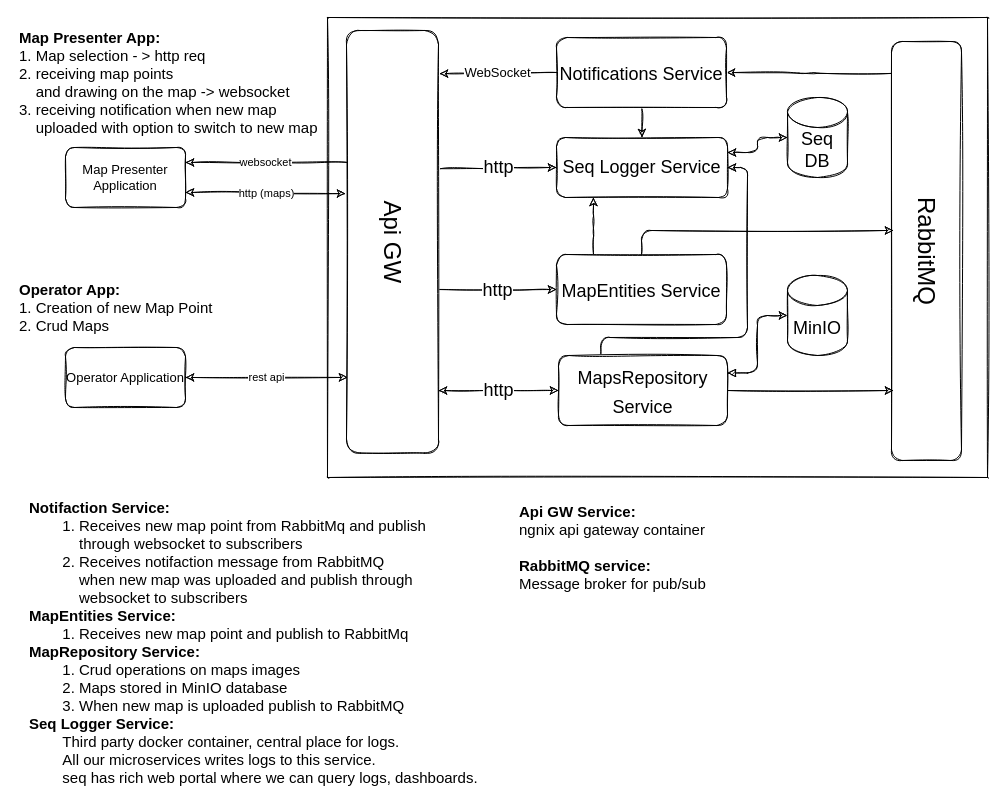
David-Mordechai/MicroservicesDemo keeps this draw.io diagram as MicroservicesDemo.drawio. Above is the earlier version. Source tidied: cells renumbered, new cells numbered last; positions are measured from the earlier drawing's top-left corner, leaving out a move shared by most shapes. Both pictures are drawn from the tidied source at 100%, with x=0, y=0 at pixel (17, 17).
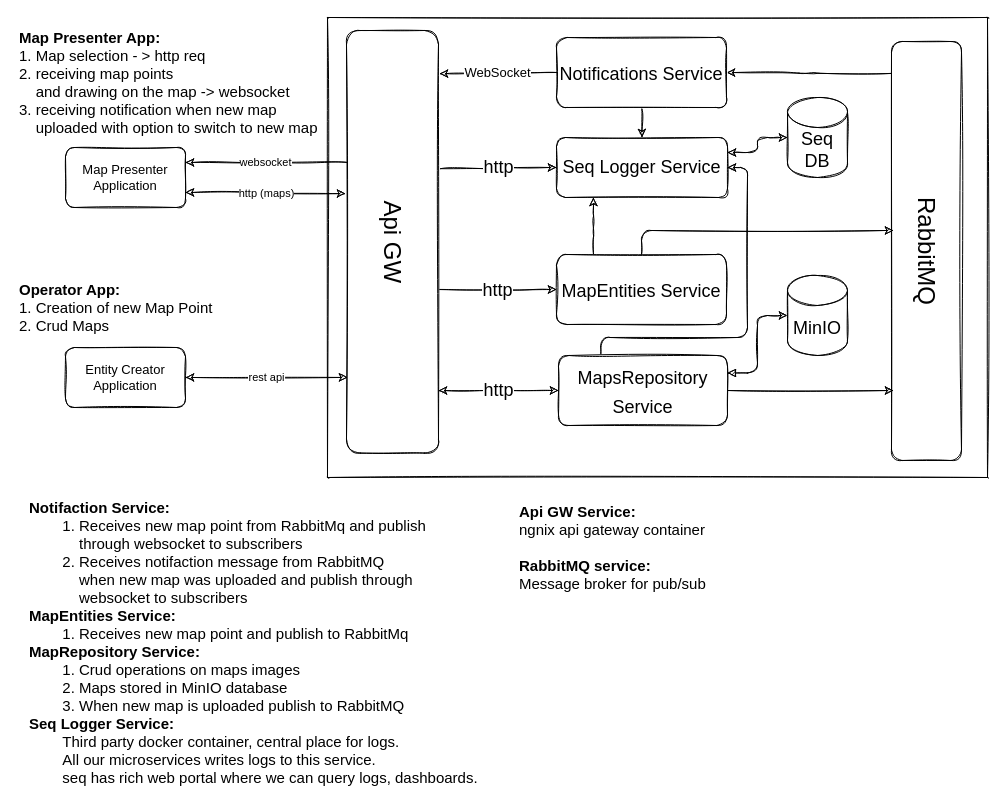
The same diagram, later.

The edit, as a diff of the source:
```diff
@@
-    <mxCell id="26" value="Operator Application" style="rounded=1;whiteSpace=wrap;html=1;fontSize=13;sketch=1;" parent="1" vertex="1">
+    <mxCell id="26" value="Entity Creator Application" style="rounded=1;whiteSpace=wrap;html=1;fontSize=13;sketch=1;" parent="1" vertex="1">
       <mxGeometry x="48" y="330" width="120" height="60" as="geometry" />
     </mxCell>
```
